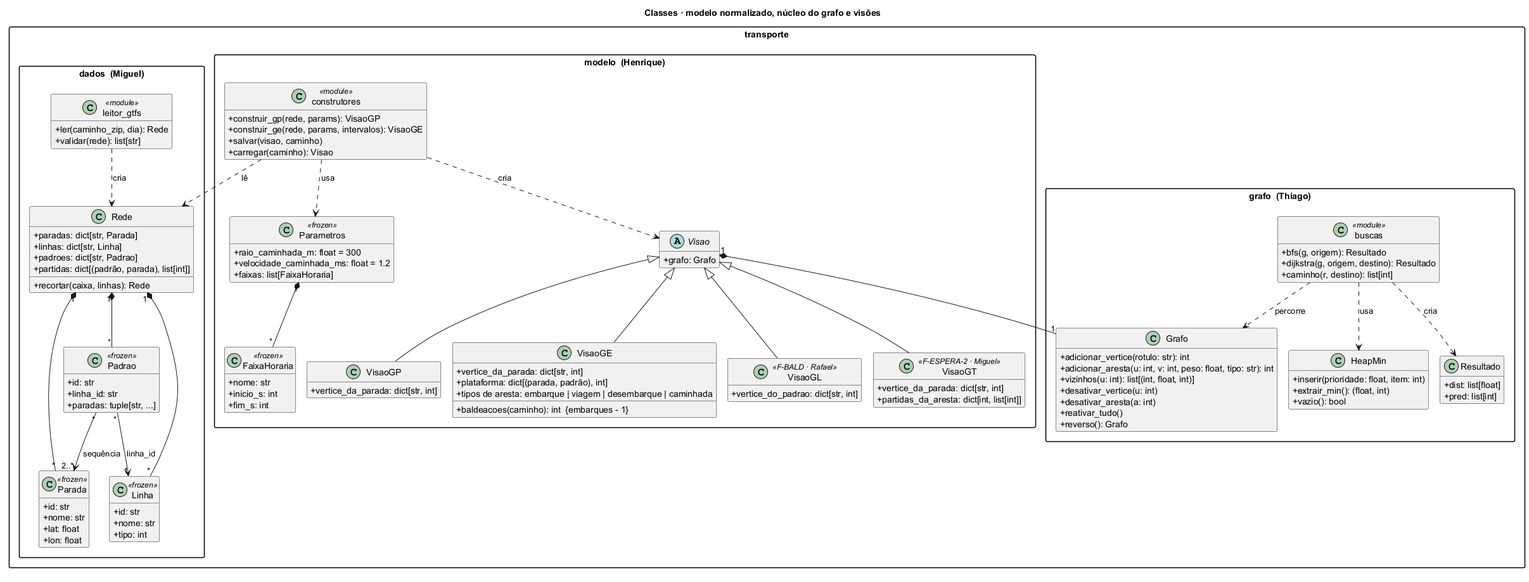
Above: docs/diagramas/classes.png in henriquegdc/grafos-transporte-bh (PlantUML), before the change. The source it was exported from:
```plantuml
@startuml classes
!pragma layout smetana
skinparam classAttributeIconSize 0
skinparam packageStyle rectangle
hide empty members
title Classes · modelo normalizado, núcleo do grafo e visões

package "transporte.dados  (Miguel)" {
  class Parada <<frozen>> {
    +id: str
    +nome: str
    +lat: float
    +lon: float
  }
  class Linha <<frozen>> {
    +id: str
    +nome: str
    +tipo: int
  }
  class Padrao <<frozen>> {
    +id: str
    +linha_id: str
    +paradas: tuple[str, ...]
  }
  class Rede {
    +paradas: dict[str, Parada]
    +linhas: dict[str, Linha]
    +padroes: dict[str, Padrao]
    +{field} partidas: dict[(padrão, parada), list[int]]
    +recortar(caixa, linhas): Rede
  }
  class leitor_gtfs <<module>> {
    +ler(caminho_zip, dia): Rede
    +validar(rede): list[str]
  }
}

package "transporte.grafo  (Thiago)" {
  class Grafo {
    +adicionar_vertice(rotulo: str): int
    +adicionar_aresta(u: int, v: int, peso: float, tipo: str): int
    +vizinhos(u: int): list[(int, float, int)]
    +desativar_vertice(u: int)
    +desativar_aresta(a: int)
    +reativar_tudo()
    +reverso(): Grafo
  }
  class HeapMin {
    +inserir(prioridade: float, item: int)
    +extrair_min(): (float, int)
    +vazio(): bool
  }
  class Resultado {
    +dist: list[float]
    +pred: list[int]
  }
  class buscas <<module>> {
    +bfs(g, origem): Resultado
    +dijkstra(g, origem, destino): Resultado
    +caminho(r, destino): list[int]
  }
}

package "transporte.modelo  (Henrique)" {
  class Parametros <<frozen>> {
    +raio_caminhada_m: float = 300
    +velocidade_caminhada_ms: float = 1.2
    +faixas: list[FaixaHoraria]
  }
  class FaixaHoraria <<frozen>> {
    +nome: str
    +inicio_s: int
    +fim_s: int
  }
  abstract class Visao {
    +grafo: Grafo
  }
  class VisaoGP {
    +vertice_da_parada: dict[str, int]
  }
  class VisaoGE {
    +vertice_da_parada: dict[str, int]
    +{field} plataforma: dict[(parada, padrão), int]
    +tipos de aresta: embarque | viagem | desembarque | caminhada
    +baldeacoes(caminho): int  {embarques - 1}
  }
  class VisaoGL <<F-BALD · Rafael>> {
    +vertice_do_padrao: dict[str, int]
  }
  class VisaoGT <<F-ESPERA-2 · Miguel>> {
    +vertice_da_parada: dict[str, int]
    +partidas_da_aresta: dict[int, list[int]]
  }
  class construtores <<module>> {
    +construir_gp(rede, params): VisaoGP
    +construir_ge(rede, params, intervalos): VisaoGE
    +salvar(visao, caminho)
    +carregar(caminho): Visao
  }
}

Rede "1" *-- "*" Parada
Rede "1" *-- "*" Linha
Rede "1" *-- "*" Padrao
Padrao "*" --> "1" Linha : linha_id
Padrao "*" --> "2..*" Parada : sequência
leitor_gtfs ..> Rede : cria

buscas ..> Grafo : percorre
buscas ..> HeapMin : usa
buscas ..> Resultado : cria

Parametros "1" *-- "*" FaixaHoraria
Visao <|-- VisaoGP
Visao <|-- VisaoGE
Visao <|-- VisaoGL
Visao <|-- VisaoGT
Visao "1" *-- "1" Grafo
construtores ..> Rede : lê
construtores ..> Parametros : usa
construtores ..> Visao : cria



@enduml
```
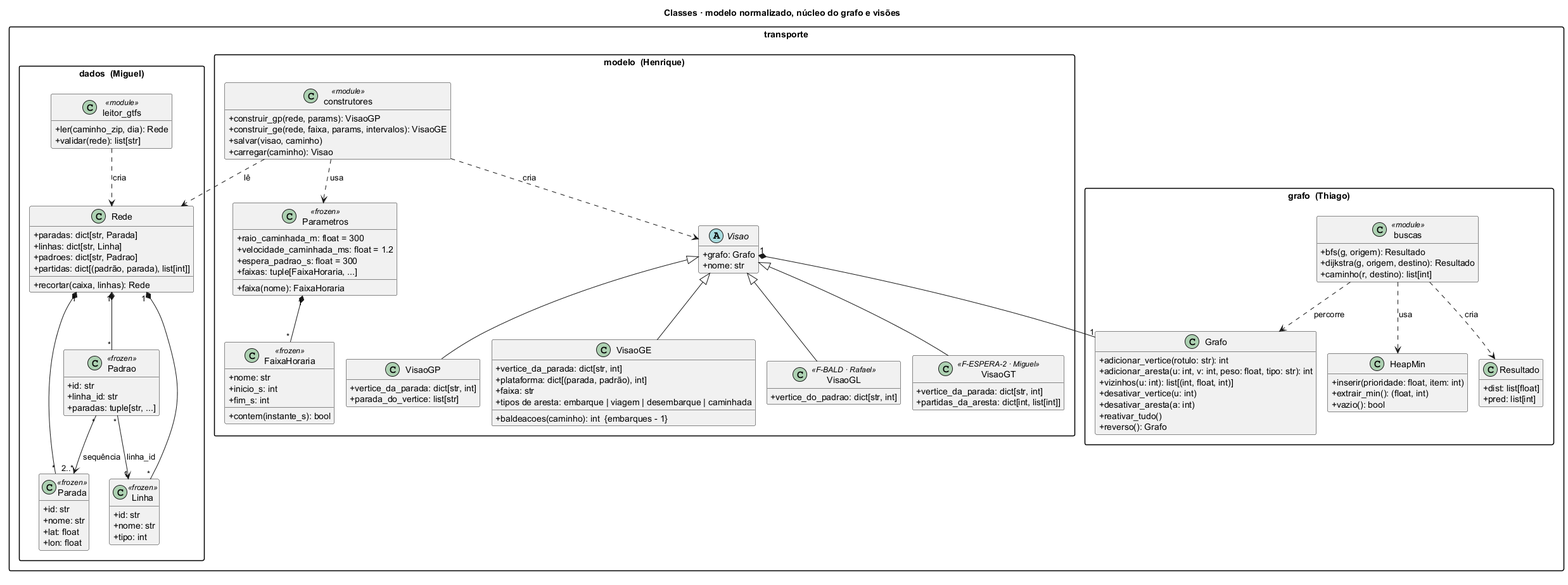
Above is the later version.

What changed in the source:
```diff
@@ -65,22 +65,28 @@
   class Parametros <<frozen>> {
     +raio_caminhada_m: float = 300
     +velocidade_caminhada_ms: float = 1.2
-    +faixas: list[FaixaHoraria]
+    +espera_padrao_s: float = 300
+    +faixas: tuple[FaixaHoraria, ...]
+    +faixa(nome): FaixaHoraria
   }
   class FaixaHoraria <<frozen>> {
     +nome: str
     +inicio_s: int
     +fim_s: int
+    +contem(instante_s): bool
   }
   abstract class Visao {
     +grafo: Grafo
+    +nome: str
   }
   class VisaoGP {
     +vertice_da_parada: dict[str, int]
+    +parada_do_vertice: list[str]
   }
   class VisaoGE {
     +vertice_da_parada: dict[str, int]
     +{field} plataforma: dict[(parada, padrão), int]
+    +faixa: str
     +tipos de aresta: embarque | viagem | desembarque | caminhada
     +baldeacoes(caminho): int  {embarques - 1}
   }
@@ -93,7 +99,7 @@
   }
   class construtores <<module>> {
     +construir_gp(rede, params): VisaoGP
-    +construir_ge(rede, params, intervalos): VisaoGE
+    +construir_ge(rede, faixa, params, intervalos): VisaoGE
     +salvar(visao, caminho)
     +carregar(caminho): Visao
   }
```
